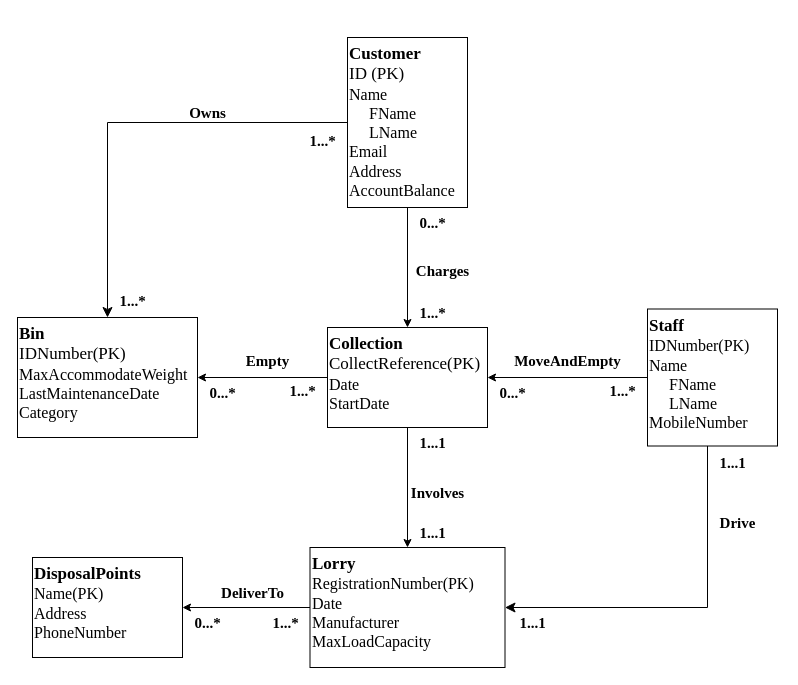
Aurrrrr/Aur keeps this draw.io diagram as CSC8017coursework1.drawio. Above is the earlier version. Source tidied: cells renumbered, new cells numbered last; positions are measured from the earlier drawing's top-left corner, leaving out a move shared by most shapes. Both pictures are drawn from the tidied source at 100%, with x=0, y=0 at pixel (17, 37).
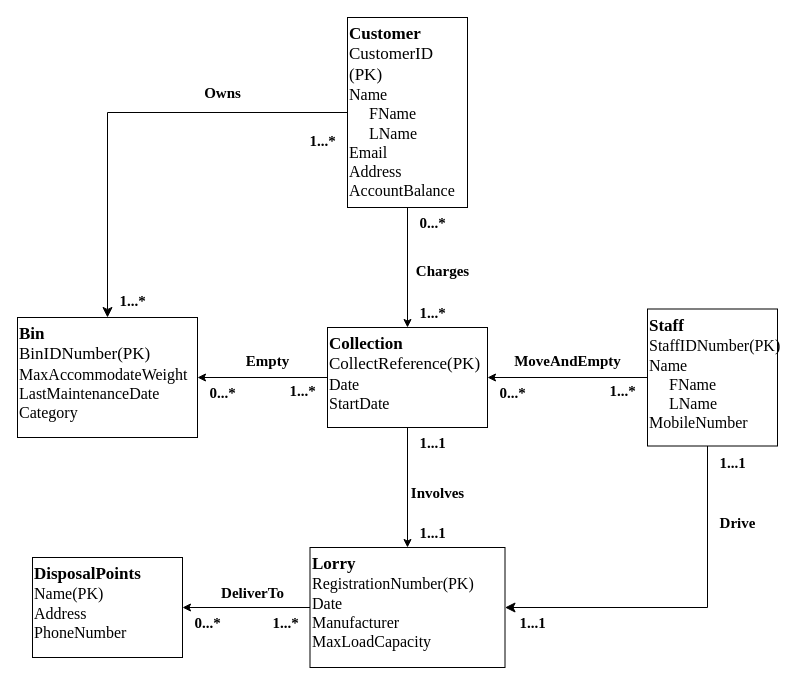
Above is the later version.

Diff of the diagram source:
```diff
@@
-    <mxCell id="3" value="&lt;font style=&quot;font-size: 17px;&quot;&gt;&lt;b style=&quot;&quot;&gt;Customer&lt;/b&gt;&lt;/font&gt;&lt;div style=&quot;font-size: 17px;&quot;&gt;&lt;font style=&quot;font-size: 17px;&quot;&gt;ID (PK)&lt;/font&gt;&lt;/div&gt;&lt;div style=&quot;font-size: 16px;&quot;&gt;&lt;font style=&quot;font-size: 16px;&quot;&gt;Name&lt;/font&gt;&lt;/div&gt;&lt;div style=&quot;font-size: 16px;&quot;&gt;&lt;font style=&quot;font-size: 16px;&quot;&gt;&amp;nbsp; &amp;nbsp; &amp;nbsp;FName&lt;/font&gt;&lt;/div&gt;&lt;div style=&quot;font-size: 16px;&quot;&gt;&lt;font style=&quot;font-size: 16px;&quot;&gt;&amp;nbsp; &amp;nbsp; &amp;nbsp;LName&lt;/font&gt;&lt;/div&gt;&lt;div style=&quot;font-size: 16px;&quot;&gt;&lt;font style=&quot;font-size: 16px;&quot;&gt;Email&lt;/font&gt;&lt;/div&gt;&lt;div style=&quot;font-size: 16px;&quot;&gt;&lt;font style=&quot;font-size: 16px;&quot;&gt;Address&lt;/font&gt;&lt;/div&gt;&lt;div style=&quot;font-size: 16px;&quot;&gt;&lt;font style=&quot;font-size: 16px;&quot;&gt;AccountBalance&lt;/font&gt;&lt;/div&gt;&lt;div style=&quot;font-size: 11px;&quot;&gt;&lt;br&gt;&lt;/div&gt;" style="rounded=0;whiteSpace=wrap;html=1;rotation=0;fillColor=none;fontFamily=Times New Roman;align=left;verticalAlign=top;" parent="1" vertex="1">
-      <mxGeometry x="330" width="120" height="170" as="geometry" />
+    <mxCell id="3" value="&lt;font style=&quot;font-size: 17px;&quot;&gt;&lt;b style=&quot;&quot;&gt;Customer&lt;/b&gt;&lt;/font&gt;&lt;div style=&quot;font-size: 17px;&quot;&gt;&lt;font style=&quot;font-size: 17px;&quot;&gt;CustomerID (PK)&lt;/font&gt;&lt;/div&gt;&lt;div style=&quot;font-size: 16px;&quot;&gt;&lt;font style=&quot;font-size: 16px;&quot;&gt;Name&lt;/font&gt;&lt;/div&gt;&lt;div style=&quot;font-size: 16px;&quot;&gt;&lt;font style=&quot;font-size: 16px;&quot;&gt;&amp;nbsp; &amp;nbsp; &amp;nbsp;FName&lt;/font&gt;&lt;/div&gt;&lt;div style=&quot;font-size: 16px;&quot;&gt;&lt;font style=&quot;font-size: 16px;&quot;&gt;&amp;nbsp; &amp;nbsp; &amp;nbsp;LName&lt;/font&gt;&lt;/div&gt;&lt;div style=&quot;font-size: 16px;&quot;&gt;&lt;font style=&quot;font-size: 16px;&quot;&gt;Email&lt;/font&gt;&lt;/div&gt;&lt;div style=&quot;font-size: 16px;&quot;&gt;&lt;font style=&quot;font-size: 16px;&quot;&gt;Address&lt;/font&gt;&lt;/div&gt;&lt;div style=&quot;font-size: 16px;&quot;&gt;&lt;font style=&quot;font-size: 16px;&quot;&gt;AccountBalance&lt;/font&gt;&lt;/div&gt;&lt;div style=&quot;font-size: 11px;&quot;&gt;&lt;br&gt;&lt;/div&gt;" style="rounded=0;whiteSpace=wrap;html=1;rotation=0;fillColor=none;fontFamily=Times New Roman;align=left;verticalAlign=top;" parent="1" vertex="1">
+      <mxGeometry x="330" y="-20" width="120" height="190" as="geometry" />
     </mxCell>
@@
-    <mxCell id="8" value="&lt;b&gt;&lt;font style=&quot;font-size: 17px;&quot;&gt;Staff&lt;/font&gt;&lt;/b&gt;&lt;div&gt;IDNumber(PK)&lt;/div&gt;&lt;div&gt;Name&lt;/div&gt;&lt;div&gt;&amp;nbsp; &amp;nbsp; &amp;nbsp;FName&lt;/div&gt;&lt;div&gt;&amp;nbsp; &amp;nbsp; &amp;nbsp;LName&lt;/div&gt;&lt;div&gt;MobileNumber&lt;/div&gt;&lt;div&gt;&lt;br&gt;&lt;/div&gt;&lt;div&gt;&lt;br&gt;&lt;/div&gt;" style="rounded=0;whiteSpace=wrap;html=1;fontFamily=Times New Roman;fontSize=16;align=left;verticalAlign=top;fillColor=none;" parent="1" vertex="1">
+    <mxCell id="8" value="&lt;b&gt;&lt;font style=&quot;font-size: 17px;&quot;&gt;Staff&lt;/font&gt;&lt;/b&gt;&lt;div&gt;Staff&lt;span style=&quot;background-color: initial;&quot;&gt;IDNumber(PK)&lt;/span&gt;&lt;/div&gt;&lt;div&gt;Name&lt;/div&gt;&lt;div&gt;&amp;nbsp; &amp;nbsp; &amp;nbsp;FName&lt;/div&gt;&lt;div&gt;&amp;nbsp; &amp;nbsp; &amp;nbsp;LName&lt;/div&gt;&lt;div&gt;MobileNumber&lt;/div&gt;&lt;div&gt;&lt;br&gt;&lt;/div&gt;&lt;div&gt;&lt;br&gt;&lt;/div&gt;" style="rounded=0;whiteSpace=wrap;html=1;fontFamily=Times New Roman;fontSize=16;align=left;verticalAlign=top;fillColor=none;" parent="1" vertex="1">
       <mxGeometry x="630" y="271.5" width="130" height="137" as="geometry" />
     </mxCell>
-    <mxCell id="9" value="&lt;div style=&quot;font-size: 17px;&quot;&gt;&lt;span style=&quot;background-color: initial;&quot;&gt;&lt;font style=&quot;font-size: 17px;&quot; face=&quot;Times New Roman&quot;&gt;&lt;b style=&quot;&quot;&gt;Bin&lt;/b&gt;&lt;/font&gt;&lt;/span&gt;&lt;/div&gt;&lt;div style=&quot;font-size: 17px;&quot;&gt;&lt;font style=&quot;font-size: 17px;&quot; face=&quot;Times New Roman&quot;&gt;IDNumber(PK)&lt;/font&gt;&lt;/div&gt;&lt;div style=&quot;font-size: 16px;&quot;&gt;&lt;font style=&quot;font-size: 16px;&quot; face=&quot;Times New Roman&quot;&gt;MaxAccommodateWeight&lt;/font&gt;&lt;/div&gt;&lt;div style=&quot;font-size: 16px;&quot;&gt;&lt;font style=&quot;font-size: 16px;&quot; face=&quot;Times New Roman&quot;&gt;LastMaintenanceDate&lt;/font&gt;&lt;/div&gt;&lt;div style=&quot;font-size: 16px;&quot;&gt;&lt;span style=&quot;background-color: initial;&quot;&gt;&lt;font style=&quot;font-size: 16px;&quot; face=&quot;Times New Roman&quot;&gt;Category&lt;/font&gt;&lt;/span&gt;&lt;/div&gt;&lt;div style=&quot;font-size: 16px;&quot;&gt;&lt;font face=&quot;Times New Roman&quot; style=&quot;font-size: 16px;&quot;&gt;&lt;br&gt;&lt;/font&gt;&lt;/div&gt;&lt;div&gt;&lt;font face=&quot;Times New Roman&quot;&gt;&lt;br&gt;&lt;/font&gt;&lt;/div&gt;&lt;div&gt;&lt;font face=&quot;Times New Roman&quot;&gt;&lt;br&gt;&lt;/font&gt;&lt;/div&gt;" style="rounded=0;whiteSpace=wrap;html=1;verticalAlign=top;align=left;fillColor=none;" parent="1" vertex="1">
+    <mxCell id="9" value="&lt;div style=&quot;font-size: 17px;&quot;&gt;&lt;span style=&quot;background-color: initial;&quot;&gt;&lt;font style=&quot;font-size: 17px;&quot; face=&quot;Times New Roman&quot;&gt;&lt;b style=&quot;&quot;&gt;Bin&lt;/b&gt;&lt;/font&gt;&lt;/span&gt;&lt;/div&gt;&lt;div style=&quot;font-size: 17px;&quot;&gt;&lt;font style=&quot;font-size: 17px;&quot; face=&quot;Times New Roman&quot;&gt;BinIDNumber(PK)&lt;/font&gt;&lt;/div&gt;&lt;div style=&quot;font-size: 16px;&quot;&gt;&lt;font style=&quot;font-size: 16px;&quot; face=&quot;Times New Roman&quot;&gt;MaxAccommodateWeight&lt;/font&gt;&lt;/div&gt;&lt;div style=&quot;font-size: 16px;&quot;&gt;&lt;font style=&quot;font-size: 16px;&quot; face=&quot;Times New Roman&quot;&gt;LastMaintenanceDate&lt;/font&gt;&lt;/div&gt;&lt;div style=&quot;font-size: 16px;&quot;&gt;&lt;span style=&quot;background-color: initial;&quot;&gt;&lt;font style=&quot;font-size: 16px;&quot; face=&quot;Times New Roman&quot;&gt;Category&lt;/font&gt;&lt;/span&gt;&lt;/div&gt;&lt;div style=&quot;font-size: 16px;&quot;&gt;&lt;font face=&quot;Times New Roman&quot; style=&quot;font-size: 16px;&quot;&gt;&lt;br&gt;&lt;/font&gt;&lt;/div&gt;&lt;div&gt;&lt;font face=&quot;Times New Roman&quot;&gt;&lt;br&gt;&lt;/font&gt;&lt;/div&gt;&lt;div&gt;&lt;font face=&quot;Times New Roman&quot;&gt;&lt;br&gt;&lt;/font&gt;&lt;/div&gt;" style="rounded=0;whiteSpace=wrap;html=1;verticalAlign=top;align=left;fillColor=none;" parent="1" vertex="1">
       <mxGeometry y="280" width="180" height="120" as="geometry" />
     </mxCell>
@@
     <mxCell id="14" value="Owns" style="text;html=1;align=center;verticalAlign=middle;strokeColor=none;fillColor=none;fontStyle=1;fontFamily=Times New Roman;fontSize=15;" parent="1" vertex="1">
-      <mxGeometry x="160" y="60" width="60" height="30" as="geometry" />
+      <mxGeometry x="175" y="40" width="60" height="30" as="geometry" />
     </mxCell>
```
